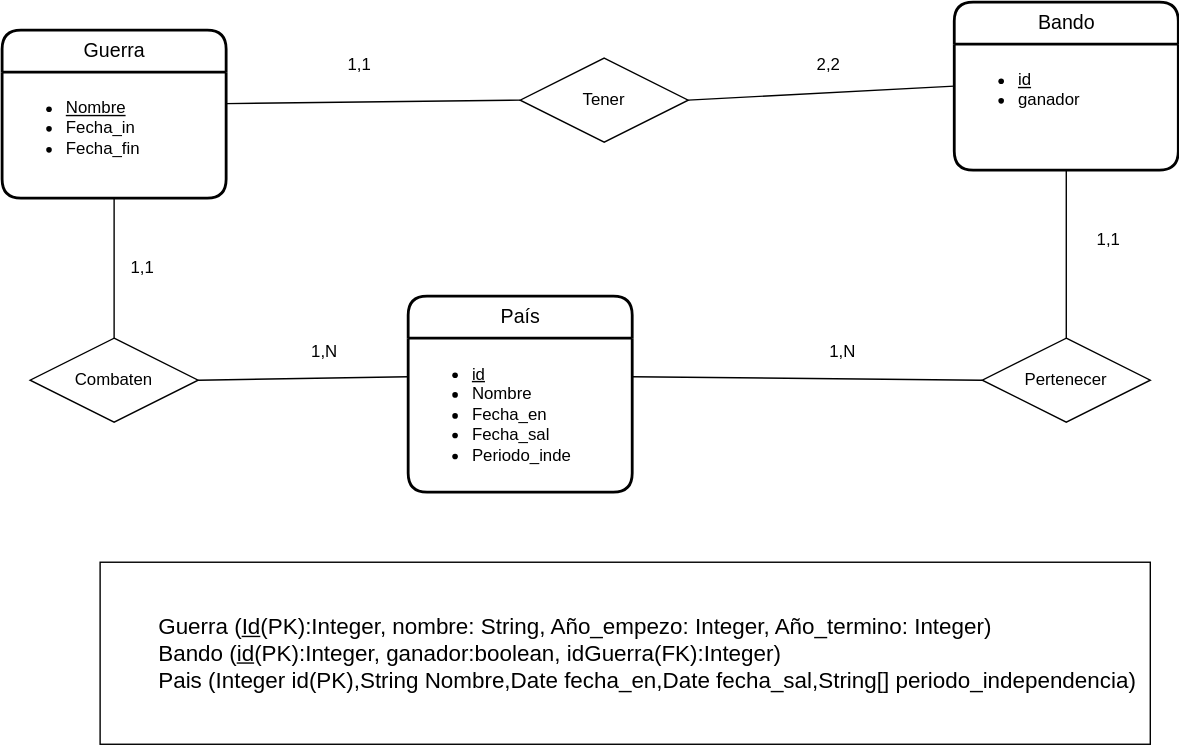
Above: UD12-04.svg in Jimxx22/C3-UD11-UML (draw.io), before the change. Source tidied: cells renumbered, new cells last; positions are measured from the earlier drawing's top-left corner, leaving out a move shared by most shapes.
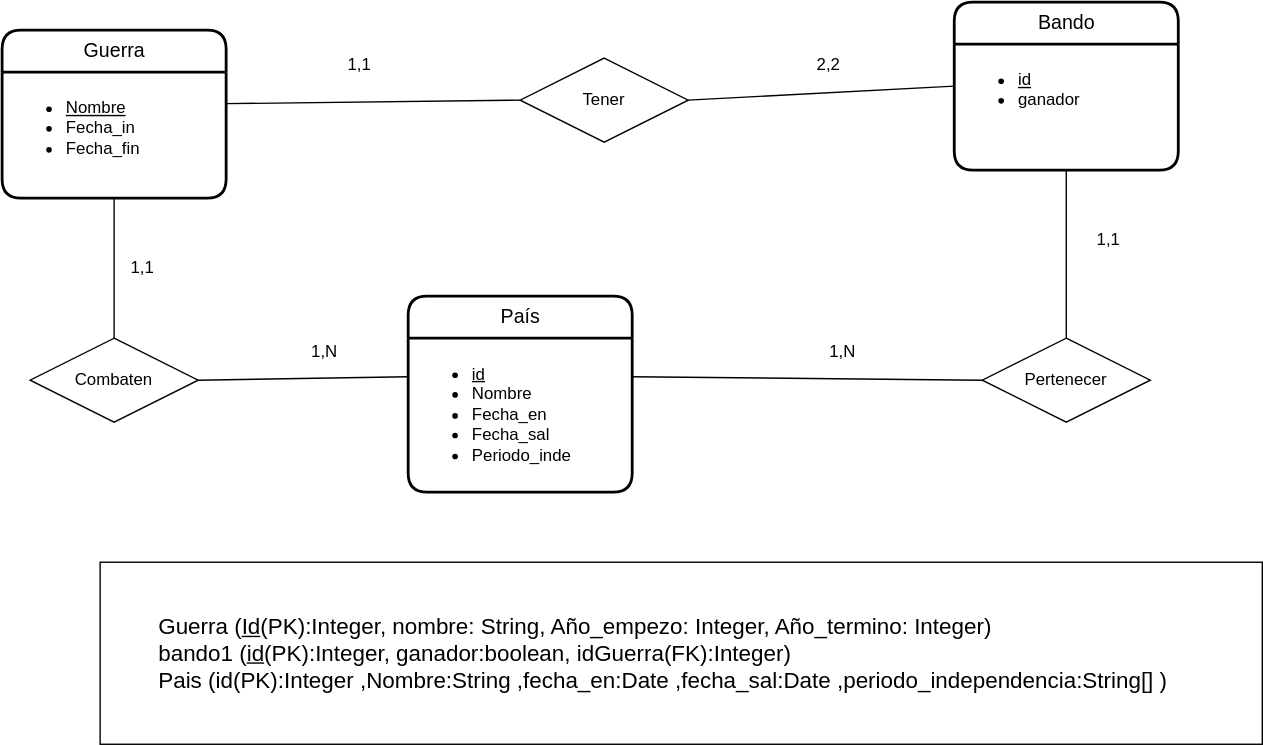
Later version of the same file.

Diff of the diagram source:
```diff
@@ -65,8 +65,8 @@
     <mxCell id="22" value="1,N" style="text;html=1;align=center;verticalAlign=middle;strokeColor=none;fillColor=none;" parent="1" vertex="1">
       <mxGeometry x="580" y="235" width="40" height="30" as="geometry" />
     </mxCell>
-    <mxCell id="23" value="&lt;blockquote style=&quot;margin: 0 0 0 40px; border: none; padding: 0px;&quot;&gt;&lt;div style=&quot;font-size: 16px;&quot;&gt;&lt;font style=&quot;font-size: 16px;&quot;&gt;Guerra (&lt;u style=&quot;&quot;&gt;Id&lt;/u&gt;(PK):Integer, nombre: String, Año_empezo: Integer, Año_termino: Integer)&lt;/font&gt;&lt;/div&gt;&lt;div style=&quot;font-size: 16px;&quot;&gt;&lt;font style=&quot;font-size: 16px;&quot;&gt;Bando (&lt;u&gt;id&lt;/u&gt;(PK):Integer, ganador:boolean, idGuerra(FK):Integer)&lt;/font&gt;&lt;/div&gt;&lt;div style=&quot;font-size: 16px;&quot;&gt;&lt;font style=&quot;font-size: 16px;&quot;&gt;Pais (Integer id(PK),String Nombre,Date fecha_en,Date fecha_sal,String[] periodo_independencia)&lt;/font&gt;&lt;/div&gt;&lt;/blockquote&gt;" style="rounded=0;whiteSpace=wrap;html=1;align=left;" parent="1" vertex="1">
-      <mxGeometry x="70" y="400" width="750" height="130" as="geometry" />
+    <mxCell id="23" value="&lt;blockquote style=&quot;margin: 0 0 0 40px; border: none; padding: 0px;&quot;&gt;&lt;div style=&quot;font-size: 16px;&quot;&gt;&lt;font style=&quot;font-size: 16px;&quot;&gt;Guerra (&lt;u style=&quot;&quot;&gt;Id&lt;/u&gt;(PK):Integer, nombre: String, Año_empezo: Integer, Año_termino: Integer)&lt;/font&gt;&lt;/div&gt;&lt;div style=&quot;font-size: 16px;&quot;&gt;&lt;font style=&quot;font-size: 16px;&quot;&gt;bando1 (&lt;u&gt;id&lt;/u&gt;(PK):Integer, ganador:boolean, idGuerra(FK):Integer)&lt;/font&gt;&lt;/div&gt;&lt;div style=&quot;font-size: 16px;&quot;&gt;&lt;font style=&quot;font-size: 16px;&quot;&gt;Pais (id(PK):&lt;/font&gt;&lt;font style=&quot;font-size: 16px;&quot;&gt;&lt;font style=&quot;font-size: 16px;&quot;&gt;Integer &lt;/font&gt;,Nombre:&lt;/font&gt;&lt;font style=&quot;font-size: 16px;&quot;&gt;&lt;font style=&quot;font-size: 16px;&quot;&gt;String &lt;/font&gt;,fecha_en:&lt;/font&gt;&lt;font style=&quot;font-size: 16px;&quot;&gt;&lt;font style=&quot;font-size: 16px;&quot;&gt;Date &lt;/font&gt;,fecha_sal:&lt;/font&gt;&lt;font style=&quot;font-size: 16px;&quot;&gt;&lt;font style=&quot;font-size: 16px;&quot;&gt;Date &lt;/font&gt;,periodo_independencia:&lt;/font&gt;&lt;font style=&quot;font-size: 16px;&quot;&gt;&lt;font style=&quot;font-size: 16px;&quot;&gt;String[] &lt;/font&gt;)&lt;/font&gt;&lt;/div&gt;&lt;/blockquote&gt;" style="rounded=0;whiteSpace=wrap;html=1;align=left;" parent="1" vertex="1">
+      <mxGeometry x="70" y="400" width="830" height="130" as="geometry" />
     </mxCell>
   </root>
 </mxGraphModel>
```
